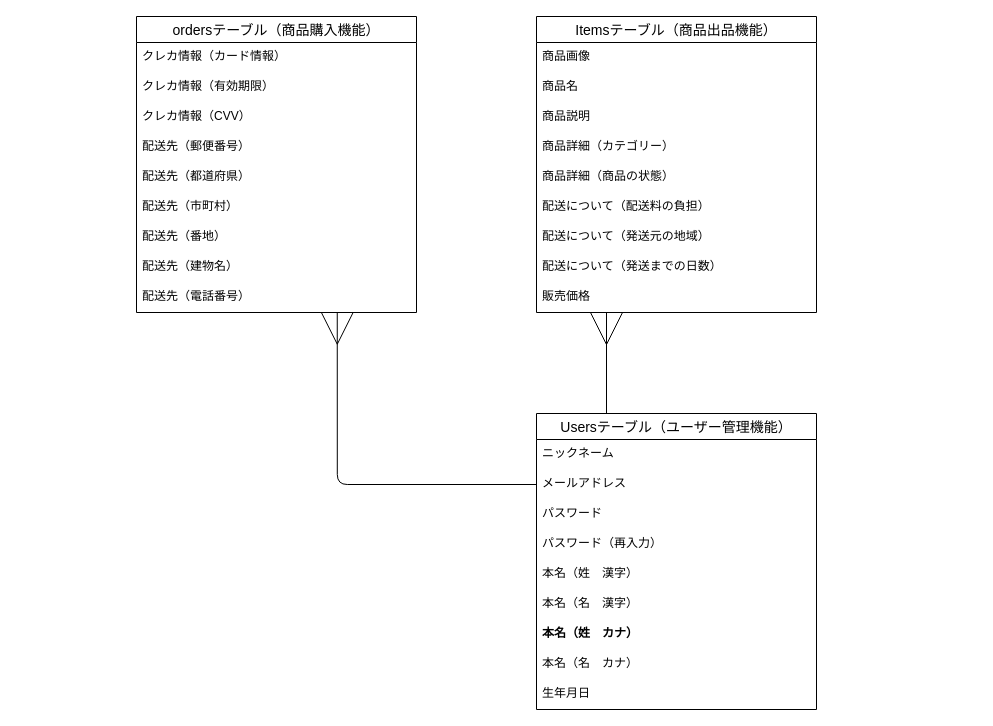
The draw.io diagram furima.dio in keita-s-1129/furima-41751, before the edit. Source tidied: cells renumbered, new cells numbered last; positions are measured from the earlier drawing's top-left corner, leaving out a move shared by most shapes. Both pictures are drawn from the tidied source at 100%, with x=0, y=0 at pixel (136, 16).
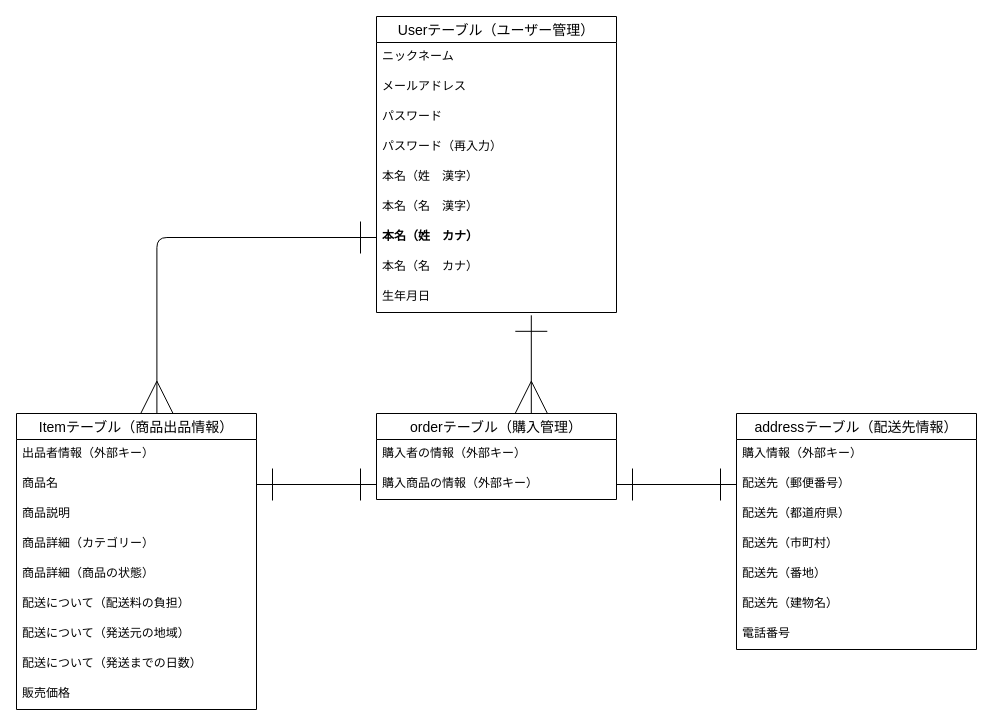
The same page after the edit.

Commit message (it also covers changes not shown here):
データベース設計 修正

What changed in the source:
```diff
@@
-    <mxCell id="2" style="edgeStyle=none;html=1;exitX=0.25;exitY=0;exitDx=0;exitDy=0;entryX=0.25;entryY=1;entryDx=0;entryDy=0;endArrow=ERmany;endFill=0;endSize=30;startSize=10;targetPerimeterSpacing=0;" parent="1" edge="1" source="3" target="13">
-      <mxGeometry relative="1" as="geometry" />
-    </mxCell>
-    <mxCell id="3" value="Usersテーブル（ユーザー管理機能）" style="swimlane;fontStyle=0;horizontal=1;startSize=26;align=center;fontSize=14;" parent="1" vertex="1">
-      <mxGeometry x="400" y="397" width="280" height="296" as="geometry" />
+    <mxCell id="3" value="Userテーブル（ユーザー管理）" style="swimlane;fontStyle=0;horizontal=1;startSize=26;align=center;fontSize=14;" parent="1" vertex="1">
+      <mxGeometry x="240" width="240" height="296" as="geometry" />
     </mxCell>
     <mxCell id="4" value="ニックネーム" style="text;strokeColor=none;fillColor=none;spacingLeft=4;spacingRight=4;overflow=hidden;fontSize=12;" parent="3" vertex="1">
-      <mxGeometry y="26" width="280" height="30" as="geometry" />
+      <mxGeometry y="26" width="240" height="30" as="geometry" />
     </mxCell>
     <mxCell id="5" value="メールアドレス" style="text;strokeColor=none;fillColor=none;spacingLeft=4;spacingRight=4;overflow=hidden;points=[[0,0.5],[1,0.5]];portConstraint=eastwest;fontSize=12;" parent="3" vertex="1">
-      <mxGeometry y="56" width="280" height="30" as="geometry" />
+      <mxGeometry y="56" width="240" height="30" as="geometry" />
     </mxCell>
     <mxCell id="6" value="パスワード" style="text;strokeColor=none;fillColor=none;spacingLeft=4;spacingRight=4;overflow=hidden;fontSize=12;" parent="3" vertex="1">
-      <mxGeometry y="86" width="280" height="30" as="geometry" />
+      <mxGeometry y="86" width="240" height="30" as="geometry" />
     </mxCell>
     <mxCell id="7" value="パスワード（再入力）" style="text;strokeColor=none;fillColor=none;spacingLeft=4;spacingRight=4;overflow=hidden;fontSize=12;" parent="3" vertex="1">
-      <mxGeometry y="116" width="280" height="30" as="geometry" />
+      <mxGeometry y="116" width="240" height="30" as="geometry" />
     </mxCell>
     <mxCell id="8" value="本名（姓　漢字）" style="text;strokeColor=none;fillColor=none;spacingLeft=4;spacingRight=4;overflow=hidden;fontSize=12;" parent="3" vertex="1">
-      <mxGeometry y="146" width="280" height="30" as="geometry" />
+      <mxGeometry y="146" width="240" height="30" as="geometry" />
     </mxCell>
     <mxCell id="9" value="本名（名　漢字）" style="text;strokeColor=none;fillColor=none;spacingLeft=4;spacingRight=4;overflow=hidden;fontSize=12;" parent="3" vertex="1">
-      <mxGeometry y="176" width="280" height="30" as="geometry" />
+      <mxGeometry y="176" width="240" height="30" as="geometry" />
     </mxCell>
     <mxCell id="10" value="本名（姓　カナ）" style="text;strokeColor=none;fillColor=none;spacingLeft=4;spacingRight=4;overflow=hidden;points=[[0,0.5],[1,0.5]];portConstraint=eastwest;fontSize=12;fontStyle=1;" parent="3" vertex="1">
-      <mxGeometry y="206" width="280" height="30" as="geometry" />
+      <mxGeometry y="206" width="240" height="30" as="geometry" />
     </mxCell>
     <mxCell id="11" value="本名（名　カナ）" style="text;strokeColor=none;fillColor=none;spacingLeft=4;spacingRight=4;overflow=hidden;fontSize=12;" parent="3" vertex="1">
-      <mxGeometry y="236" width="280" height="30" as="geometry" />
+      <mxGeometry y="236" width="240" height="30" as="geometry" />
     </mxCell>
     <mxCell id="12" value="生年月日" style="text;strokeColor=none;fillColor=none;spacingLeft=4;spacingRight=4;overflow=hidden;points=[[0,0.5],[1,0.5]];portConstraint=eastwest;fontSize=12;" parent="3" vertex="1">
-      <mxGeometry y="266" width="280" height="30" as="geometry" />
+      <mxGeometry y="266" width="240" height="30" as="geometry" />
     </mxCell>
-    <mxCell id="13" value="Itemsテーブル（商品出品機能）" style="swimlane;fontStyle=0;horizontal=1;startSize=26;align=center;fontSize=14;" parent="1" vertex="1">
-      <mxGeometry x="400" width="280" height="296" as="geometry" />
+    <mxCell id="13" value="Itemテーブル（商品出品情報）" style="swimlane;fontStyle=0;horizontal=1;startSize=26;align=center;fontSize=14;" parent="1" vertex="1">
+      <mxGeometry x="-120" y="397" width="240" height="296" as="geometry" />
     </mxCell>
-    <mxCell id="14" value="商品画像" style="text;strokeColor=none;fillColor=none;spacingLeft=4;spacingRight=4;overflow=hidden;fontSize=12;" parent="13" vertex="1">
-      <mxGeometry y="26" width="280" height="30" as="geometry" />
+    <mxCell id="14" value="出品者情報（外部キー）" style="text;strokeColor=none;fillColor=none;spacingLeft=4;spacingRight=4;overflow=hidden;fontSize=12;" parent="13" vertex="1">
+      <mxGeometry y="26" width="240" height="30" as="geometry" />
     </mxCell>
     <mxCell id="15" value="商品名" style="text;strokeColor=none;fillColor=none;spacingLeft=4;spacingRight=4;overflow=hidden;points=[[0,0.5],[1,0.5]];portConstraint=eastwest;fontSize=12;" parent="13" vertex="1">
-      <mxGeometry y="56" width="280" height="30" as="geometry" />
+      <mxGeometry y="56" width="240" height="30" as="geometry" />
     </mxCell>
     <mxCell id="16" value="商品説明" style="text;strokeColor=none;fillColor=none;spacingLeft=4;spacingRight=4;overflow=hidden;fontSize=12;" parent="13" vertex="1">
-      <mxGeometry y="86" width="280" height="30" as="geometry" />
+      <mxGeometry y="86" width="240" height="30" as="geometry" />
     </mxCell>
     <mxCell id="17" value="商品詳細（カテゴリー）" style="text;strokeColor=none;fillColor=none;spacingLeft=4;spacingRight=4;overflow=hidden;fontSize=12;" parent="13" vertex="1">
-      <mxGeometry y="116" width="280" height="30" as="geometry" />
+      <mxGeometry y="116" width="240" height="30" as="geometry" />
     </mxCell>
     <mxCell id="18" value="商品詳細（商品の状態）" style="text;strokeColor=none;fillColor=none;spacingLeft=4;spacingRight=4;overflow=hidden;fontSize=12;" parent="13" vertex="1">
-      <mxGeometry y="146" width="280" height="30" as="geometry" />
+      <mxGeometry y="146" width="240" height="30" as="geometry" />
     </mxCell>
     <mxCell id="19" value="配送について（配送料の負担）" style="text;strokeColor=none;fillColor=none;spacingLeft=4;spacingRight=4;overflow=hidden;fontSize=12;" parent="13" vertex="1">
-      <mxGeometry y="176" width="280" height="30" as="geometry" />
+      <mxGeometry y="176" width="240" height="30" as="geometry" />
     </mxCell>
     <mxCell id="20" value="配送について（発送元の地域）" style="text;strokeColor=none;fillColor=none;spacingLeft=4;spacingRight=4;overflow=hidden;fontSize=12;" parent="13" vertex="1">
-      <mxGeometry y="206" width="280" height="30" as="geometry" />
+      <mxGeometry y="206" width="240" height="30" as="geometry" />
     </mxCell>
     <mxCell id="21" value="配送について（発送までの日数）" style="text;strokeColor=none;fillColor=none;spacingLeft=4;spacingRight=4;overflow=hidden;fontSize=12;" parent="13" vertex="1">
-      <mxGeometry y="236" width="280" height="30" as="geometry" />
+      <mxGeometry y="236" width="240" height="30" as="geometry" />
     </mxCell>
     <mxCell id="22" value="販売価格" style="text;strokeColor=none;fillColor=none;spacingLeft=4;spacingRight=4;overflow=hidden;fontSize=12;" parent="13" vertex="1">
-      <mxGeometry y="266" width="280" height="30" as="geometry" />
+      <mxGeometry y="266" width="240" height="30" as="geometry" />
     </mxCell>
-    <mxCell id="23" value="ordersテーブル（商品購入機能）" style="swimlane;fontStyle=0;horizontal=1;startSize=26;align=center;fontSize=14;" parent="1" vertex="1">
-      <mxGeometry width="280" height="296" as="geometry" />
+    <mxCell id="23" value="orderテーブル（購入管理）" style="swimlane;fontStyle=0;horizontal=1;startSize=26;align=center;fontSize=14;" parent="1" vertex="1">
+      <mxGeometry x="240" y="397" width="240" height="86" as="geometry" />
     </mxCell>
-    <mxCell id="24" value="クレカ情報（カード情報）" style="text;strokeColor=none;fillColor=none;spacingLeft=4;spacingRight=4;overflow=hidden;fontSize=12;" parent="23" vertex="1">
-      <mxGeometry y="26" width="280" height="30" as="geometry" />
+    <mxCell id="24" value="購入者の情報（外部キー）" style="text;strokeColor=none;fillColor=none;spacingLeft=4;spacingRight=4;overflow=hidden;fontSize=12;" parent="23" vertex="1">
+      <mxGeometry y="26" width="240" height="30" as="geometry" />
     </mxCell>
-    <mxCell id="25" value="クレカ情報（有効期限）" style="text;strokeColor=none;fillColor=none;spacingLeft=4;spacingRight=4;overflow=hidden;points=[[0,0.5],[1,0.5]];portConstraint=eastwest;fontSize=12;" parent="23" vertex="1">
-      <mxGeometry y="56" width="280" height="30" as="geometry" />
+    <mxCell id="25" value="購入商品の情報（外部キー）" style="text;strokeColor=none;fillColor=none;spacingLeft=4;spacingRight=4;overflow=hidden;points=[[0,0.5],[1,0.5]];portConstraint=eastwest;fontSize=12;" parent="23" vertex="1">
+      <mxGeometry y="56" width="240" height="30" as="geometry" />
     </mxCell>
-    <mxCell id="26" value="クレカ情報（CVV）" style="text;strokeColor=none;fillColor=none;spacingLeft=4;spacingRight=4;overflow=hidden;fontSize=12;" parent="23" vertex="1">
-      <mxGeometry y="86" width="280" height="30" as="geometry" />
-    </mxCell>
+    <mxCell id="34" value="addressテーブル（配送先情報）" style="swimlane;fontStyle=0;horizontal=1;startSize=26;align=center;fontSize=14;" parent="1" vertex="1">
+      <mxGeometry x="600" y="397" width="240" height="236" as="geometry" />
+    </mxCell>
+    <mxCell id="35" value="購入情報（外部キー）" style="text;strokeColor=none;fillColor=none;spacingLeft=4;spacingRight=4;overflow=hidden;fontSize=12;" parent="34" vertex="1">
+      <mxGeometry y="26" width="240" height="30" as="geometry" />
+    </mxCell>
-    <mxCell id="27" value="配送先（郵便番号）" style="text;strokeColor=none;fillColor=none;spacingLeft=4;spacingRight=4;overflow=hidden;points=[[0,0.5],[1,0.5]];portConstraint=eastwest;fontSize=12;" parent="23" vertex="1">
-      <mxGeometry y="116" width="280" height="30" as="geometry" />
+    <mxCell id="27" value="配送先（郵便番号）" style="text;strokeColor=none;fillColor=none;spacingLeft=4;spacingRight=4;overflow=hidden;points=[[0,0.5],[1,0.5]];portConstraint=eastwest;fontSize=12;" parent="34" vertex="1">
+      <mxGeometry y="56" width="240" height="30" as="geometry" />
     </mxCell>
-    <mxCell id="28" value="配送先（都道府県）" style="text;strokeColor=none;fillColor=none;spacingLeft=4;spacingRight=4;overflow=hidden;fontSize=12;" parent="23" vertex="1">
-      <mxGeometry y="146" width="280" height="30" as="geometry" />
+    <mxCell id="28" value="配送先（都道府県）" style="text;strokeColor=none;fillColor=none;spacingLeft=4;spacingRight=4;overflow=hidden;fontSize=12;" parent="34" vertex="1">
+      <mxGeometry y="86" width="240" height="30" as="geometry" />
     </mxCell>
-    <mxCell id="29" value="配送先（市町村）" style="text;strokeColor=none;fillColor=none;spacingLeft=4;spacingRight=4;overflow=hidden;fontSize=12;" parent="23" vertex="1">
-      <mxGeometry y="176" width="280" height="30" as="geometry" />
+    <mxCell id="29" value="配送先（市町村）" style="text;strokeColor=none;fillColor=none;spacingLeft=4;spacingRight=4;overflow=hidden;fontSize=12;" parent="34" vertex="1">
+      <mxGeometry y="116" width="240" height="30" as="geometry" />
     </mxCell>
-    <mxCell id="30" value="配送先（番地）" style="text;strokeColor=none;fillColor=none;spacingLeft=4;spacingRight=4;overflow=hidden;fontSize=12;" parent="23" vertex="1">
-      <mxGeometry y="206" width="280" height="30" as="geometry" />
+    <mxCell id="30" value="配送先（番地）" style="text;strokeColor=none;fillColor=none;spacingLeft=4;spacingRight=4;overflow=hidden;fontSize=12;" parent="34" vertex="1">
+      <mxGeometry y="146" width="240" height="30" as="geometry" />
     </mxCell>
-    <mxCell id="31" value="配送先（建物名）" style="text;strokeColor=none;fillColor=none;spacingLeft=4;spacingRight=4;overflow=hidden;fontSize=12;" parent="23" vertex="1">
-      <mxGeometry y="236" width="280" height="30" as="geometry" />
+    <mxCell id="31" value="配送先（建物名）" style="text;strokeColor=none;fillColor=none;spacingLeft=4;spacingRight=4;overflow=hidden;fontSize=12;" parent="34" vertex="1">
+      <mxGeometry y="176" width="240" height="30" as="geometry" />
     </mxCell>
-    <mxCell id="32" value="配送先（電話番号）" style="text;strokeColor=none;fillColor=none;spacingLeft=4;spacingRight=4;overflow=hidden;points=[[0,0.5],[1,0.5]];portConstraint=eastwest;fontSize=12;" parent="23" vertex="1">
-      <mxGeometry y="266" width="280" height="30" as="geometry" />
-    </mxCell>
-    <mxCell id="33" style="edgeStyle=orthogonalEdgeStyle;html=1;exitX=0;exitY=0.5;exitDx=0;exitDy=0;endArrow=ERmany;endFill=0;endSize=30;entryX=0.717;entryY=0.991;entryDx=0;entryDy=0;entryPerimeter=0;startSize=10;" parent="1" edge="1" source="5" target="32">
-      <mxGeometry relative="1" as="geometry">
-        <Array as="points">
-          <mxPoint x="201" y="468" />
-        </Array>
-      </mxGeometry>
-    </mxCell>
+    <mxCell id="36" value="電話番号" style="text;strokeColor=none;fillColor=none;spacingLeft=4;spacingRight=4;overflow=hidden;fontSize=12;" parent="34" vertex="1">
+      <mxGeometry y="206" width="240" height="30" as="geometry" />
+    </mxCell>
+    <mxCell id="37" style="endArrow=ERmany;html=1;startSize=30;endSize=30;sourcePerimeterSpacing=0;targetPerimeterSpacing=0;endFill=0;entryX=0.645;entryY=-0.003;entryDx=0;entryDy=0;entryPerimeter=0;exitX=0.645;exitY=1.094;exitDx=0;exitDy=0;exitPerimeter=0;startArrow=ERone;startFill=0;" parent="1" edge="1" source="12" target="23">
+      <mxGeometry relative="1" as="geometry" />
+    </mxCell>
+    <mxCell id="38" style="edgeStyle=orthogonalEdgeStyle;html=1;exitX=0;exitY=0.5;exitDx=0;exitDy=0;startArrow=ERone;startFill=0;endArrow=ERmany;endFill=0;startSize=30;endSize=30;sourcePerimeterSpacing=0;targetPerimeterSpacing=0;entryX=0.585;entryY=-0.001;entryDx=0;entryDy=0;entryPerimeter=0;" parent="1" edge="1" source="10" target="13">
+      <mxGeometry relative="1" as="geometry" />
+    </mxCell>
+    <mxCell id="39" style="edgeStyle=orthogonalEdgeStyle;html=1;exitX=1;exitY=0.5;exitDx=0;exitDy=0;entryX=0;entryY=0.5;entryDx=0;entryDy=0;startArrow=ERone;startFill=0;endArrow=ERone;endFill=0;startSize=30;endSize=30;sourcePerimeterSpacing=0;targetPerimeterSpacing=0;" parent="1" edge="1" source="15" target="25">
+      <mxGeometry relative="1" as="geometry" />
+    </mxCell>
+    <mxCell id="40" style="edgeStyle=orthogonalEdgeStyle;html=1;exitX=1;exitY=0.5;exitDx=0;exitDy=0;entryX=0;entryY=0.5;entryDx=0;entryDy=0;startArrow=ERone;startFill=0;endArrow=ERone;endFill=0;startSize=30;endSize=30;sourcePerimeterSpacing=0;targetPerimeterSpacing=0;" parent="1" edge="1" source="25" target="27">
+      <mxGeometry relative="1" as="geometry" />
+    </mxCell>
```
